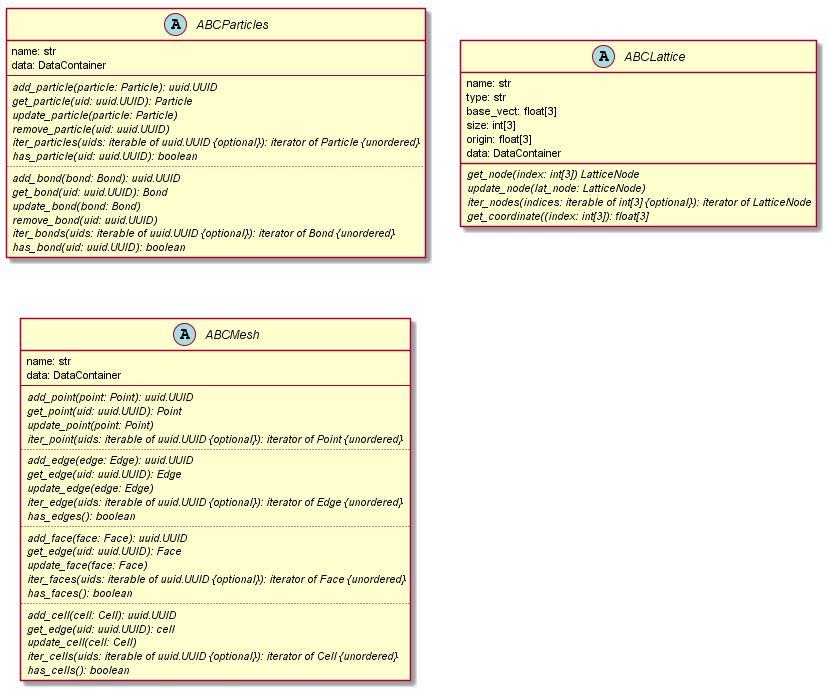
Above: doc/source/images/containers.png in simphony/simphony-common (PlantUML), before the change.
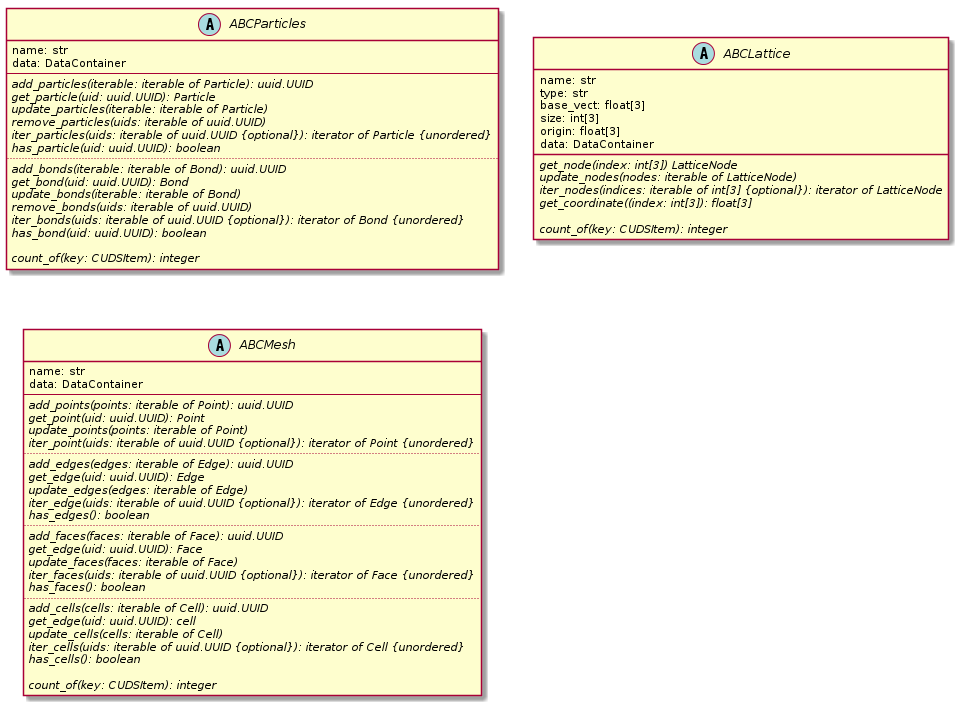
Later version of the same file.

What changed in the source:
```diff
@@ -3,19 +3,21 @@
   name: str
   data: DataContainer
   --
-  {abstract} add_particle(particle: Particle): uuid.UUID
+  {abstract} add_particles(iterable: iterable of Particle): uuid.UUID
   {abstract} get_particle(uid: uuid.UUID): Particle
-  {abstract} update_particle(particle: Particle)
-  {abstract} remove_particle(uid: uuid.UUID)
+  {abstract} update_particles(iterable: iterable of Particle)
+  {abstract} remove_particles(uids: iterable of uuid.UUID)
   {abstract} iter_particles(uids: iterable of uuid.UUID {optional}): iterator of Particle {unordered}
   {abstract} has_particle(uid: uuid.UUID): boolean
   ..
-  {abstract} add_bond(bond: Bond): uuid.UUID
+  {abstract} add_bonds(iterable: iterable of Bond): uuid.UUID
   {abstract} get_bond(uid: uuid.UUID): Bond
-  {abstract} update_bond(bond: Bond)
-  {abstract} remove_bond(uid: uuid.UUID)
+  {abstract} update_bonds(iterable: iterable of Bond)
+  {abstract} remove_bonds(uids: iterable of uuid.UUID)
   {abstract} iter_bonds(uids: iterable of uuid.UUID {optional}): iterator of Bond {unordered}
   {abstract} has_bond(uid: uuid.UUID): boolean
+
+  {abstract} count_of(key: CUDSItem): integer
 }
 abstract class ABCLattice {
   name: str
@@ -25,35 +27,39 @@
   origin: float[3]
   data: DataContainer
   {abstract} get_node(index: int[3]) LatticeNode
-  {abstract} update_node(lat_node: LatticeNode)
+  {abstract} update_nodes(nodes: iterable of LatticeNode)
   {abstract} iter_nodes(indices: iterable of int[3] {optional}): iterator of LatticeNode
   {abstract} get_coordinate((index: int[3]): float[3]
+
+  {abstract} count_of(key: CUDSItem): integer
 }
 abstract class ABCMesh {
   name: str
   data: DataContainer
   --
-  {abstract} add_point(point: Point): uuid.UUID
+  {abstract} add_points(points: iterable of Point): uuid.UUID
   {abstract} get_point(uid: uuid.UUID): Point
-  {abstract} update_point(point: Point)
+  {abstract} update_points(points: iterable of Point)
   {abstract} iter_point(uids: iterable of uuid.UUID {optional}): iterator of Point {unordered}
   ..
-  {abstract} add_edge(edge: Edge): uuid.UUID
+  {abstract} add_edges(edges: iterable of Edge): uuid.UUID
   {abstract} get_edge(uid: uuid.UUID): Edge
-  {abstract} update_edge(edge: Edge)
+  {abstract} update_edges(edges: iterable of Edge)
   {abstract} iter_edge(uids: iterable of uuid.UUID {optional}): iterator of Edge {unordered}
   {abstract} has_edges(): boolean
   ..
-  {abstract} add_face(face: Face): uuid.UUID
+  {abstract} add_faces(faces: iterable of Face): uuid.UUID
   {abstract} get_edge(uid: uuid.UUID): Face
-  {abstract} update_face(face: Face)
+  {abstract} update_faces(faces: iterable of Face)
   {abstract} iter_faces(uids: iterable of uuid.UUID {optional}): iterator of Face {unordered}
   {abstract} has_faces(): boolean
   ..
-  {abstract} add_cell(cell: Cell): uuid.UUID
+  {abstract} add_cells(cells: iterable of Cell): uuid.UUID
   {abstract} get_edge(uid: uuid.UUID): cell
-  {abstract} update_cell(cell: Cell)
+  {abstract} update_cells(cells: iterable of Cell)
   {abstract} iter_cells(uids: iterable of uuid.UUID {optional}): iterator of Cell {unordered}
   {abstract} has_cells(): boolean
+
+  {abstract} count_of(key: CUDSItem): integer
 }
 @enduml
```
